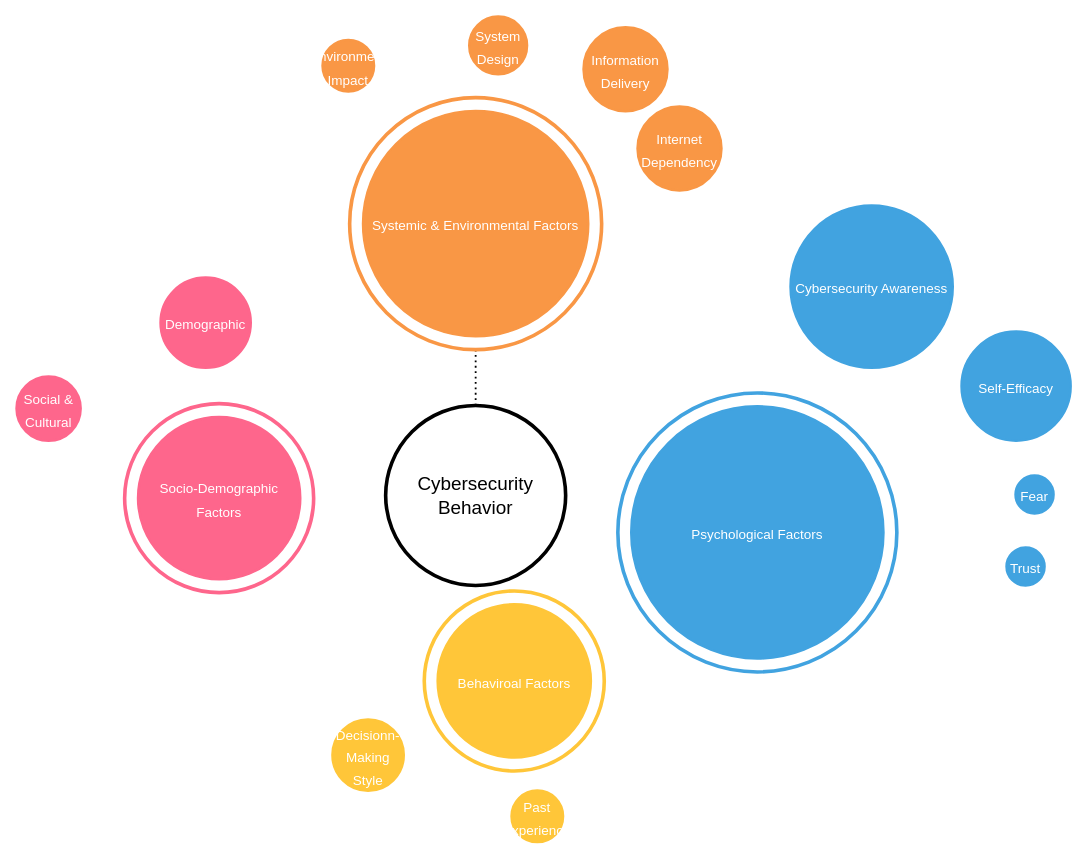
HooradAboo/I-CLAIM keeps this draw.io diagram as page "Page-2" (2 of 2) of Diagrams/Codebook.drawio. Above is the earlier version. Source tidied: cells renumbered, new cells numbered last; positions are measured from the earlier drawing's top-left corner, leaving out a move shared by most shapes. Both pictures are drawn from the tidied source at 90%, with x=0, y=0 at pixel (16, 16).
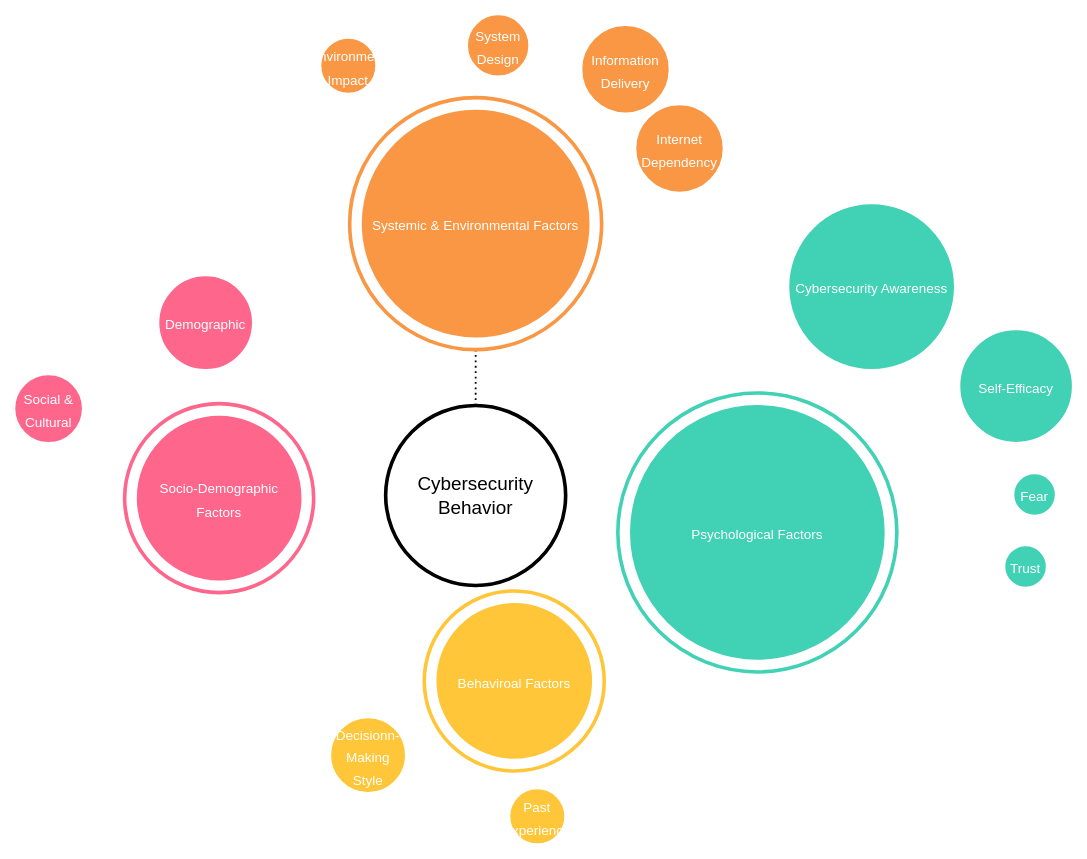
The same page after the edit.

The change refers to these unchanged cells:
```xml
<mxCell id="22" style="group;" parent="1" vertex="1">
  <mxGeometry x="668" y="418.1" width="310" height="310" as="geometry" />
</mxCell>
```

Change to the diagram source:
```diff
@@
-    <mxCell id="4" value="&lt;font style=&quot;color: light-dark(rgb(255, 255, 255), rgb(237, 237, 237)); font-size: 15px;&quot;&gt;Cybersecurity Awareness&lt;/font&gt;" style="ellipse;whiteSpace=wrap;html=1;strokeWidth=3;fontSize=21;verticalAlign=middle;align=center;fontFamily=Helvetica;fillColor=#41A3E0;strokeColor=#41A3E0;" parent="1" vertex="1">
+    <mxCell id="4" value="&lt;font style=&quot;color: light-dark(rgb(255, 255, 255), rgb(237, 237, 237)); font-size: 15px;&quot;&gt;Cybersecurity Awareness&lt;/font&gt;" style="ellipse;whiteSpace=wrap;html=1;strokeWidth=3;fontSize=21;verticalAlign=middle;align=center;fontFamily=Helvetica;fillColor=#41D1B5;strokeColor=#41D1B5;" parent="1" vertex="1">
       <mxGeometry x="860" y="210" width="180" height="180" as="geometry" />
     </mxCell>
-    <mxCell id="5" value="&lt;font style=&quot;color: light-dark(rgb(255, 255, 255), rgb(237, 237, 237)); font-size: 15px;&quot;&gt;Self-Efficacy&lt;/font&gt;" style="ellipse;whiteSpace=wrap;html=1;strokeWidth=3;fontSize=21;verticalAlign=middle;align=center;fontFamily=Helvetica;fillColor=#41A3E0;strokeColor=#41A3E0;" parent="1" vertex="1">
+    <mxCell id="5" value="&lt;font style=&quot;color: light-dark(rgb(255, 255, 255), rgb(237, 237, 237)); font-size: 15px;&quot;&gt;Self-Efficacy&lt;/font&gt;" style="ellipse;whiteSpace=wrap;html=1;strokeWidth=3;fontSize=21;verticalAlign=middle;align=center;fontFamily=Helvetica;fillColor=#41D1B5;strokeColor=#41D1B5;" parent="1" vertex="1">
       <mxGeometry x="1050" y="350" width="121" height="121" as="geometry" />
     </mxCell>
-    <mxCell id="6" value="&lt;font style=&quot;color: light-dark(rgb(255, 255, 255), rgb(237, 237, 237)); font-size: 15px;&quot;&gt;Fear&lt;/font&gt;" style="ellipse;whiteSpace=wrap;html=1;strokeWidth=3;fontSize=21;verticalAlign=middle;align=center;fontFamily=Helvetica;fillColor=#41A3E0;strokeColor=#41A3E0;" parent="1" vertex="1">
+    <mxCell id="6" value="&lt;font style=&quot;color: light-dark(rgb(255, 255, 255), rgb(237, 237, 237)); font-size: 15px;&quot;&gt;Fear&lt;/font&gt;" style="ellipse;whiteSpace=wrap;html=1;strokeWidth=3;fontSize=21;verticalAlign=middle;align=center;fontFamily=Helvetica;fillColor=#41D1B5;strokeColor=#41D1B5;" parent="1" vertex="1">
       <mxGeometry x="1110" y="510" width="42" height="42" as="geometry" />
     </mxCell>
-    <mxCell id="7" value="&lt;font style=&quot;color: light-dark(rgb(255, 255, 255), rgb(237, 237, 237)); font-size: 15px;&quot;&gt;Trust&lt;/font&gt;" style="ellipse;whiteSpace=wrap;html=1;strokeWidth=3;fontSize=21;verticalAlign=middle;align=center;fontFamily=Helvetica;fillColor=#41A3E0;strokeColor=#41A3E0;" parent="1" vertex="1">
+    <mxCell id="7" value="&lt;font style=&quot;color: light-dark(rgb(255, 255, 255), rgb(237, 237, 237)); font-size: 15px;&quot;&gt;Trust&lt;/font&gt;" style="ellipse;whiteSpace=wrap;html=1;strokeWidth=3;fontSize=21;verticalAlign=middle;align=center;fontFamily=Helvetica;fillColor=#41D1B5;strokeColor=#41D1B5;" parent="1" vertex="1">
       <mxGeometry x="1100" y="590" width="42" height="42" as="geometry" />
     </mxCell>
@@
-    <mxCell id="23" style="ellipse;whiteSpace=wrap;html=1;strokeWidth=4;fontSize=21;verticalAlign=middle;align=center;fontFamily=Helvetica;strokeColor=#41A3E0;" parent="22" vertex="1">
+    <mxCell id="23" style="ellipse;whiteSpace=wrap;html=1;strokeWidth=4;fontSize=21;verticalAlign=middle;align=center;fontFamily=Helvetica;strokeColor=#41D1B5;" parent="22" vertex="1">
       <mxGeometry width="310" height="310" as="geometry" />
     </mxCell>
-    <mxCell id="24" value="&lt;font style=&quot;color: light-dark(rgb(255, 255, 255), rgb(237, 237, 237)); font-size: 15px;&quot;&gt;Psychological Factors&lt;/font&gt;" style="ellipse;whiteSpace=wrap;html=1;strokeWidth=3;fontSize=21;verticalAlign=middle;align=center;fontFamily=Helvetica;fillColor=#41A3E0;strokeColor=#41A3E0;" parent="22" vertex="1">
+    <mxCell id="24" value="&lt;font style=&quot;color: light-dark(rgb(255, 255, 255), rgb(237, 237, 237)); font-size: 15px;&quot;&gt;Psychological Factors&lt;/font&gt;" style="ellipse;whiteSpace=wrap;html=1;strokeWidth=3;fontSize=21;verticalAlign=middle;align=center;fontFamily=Helvetica;fillColor=#41D1B5;strokeColor=#41D1B5;" parent="22" vertex="1">
       <mxGeometry x="15" y="15" width="280" height="280" as="geometry" />
     </mxCell>
```
